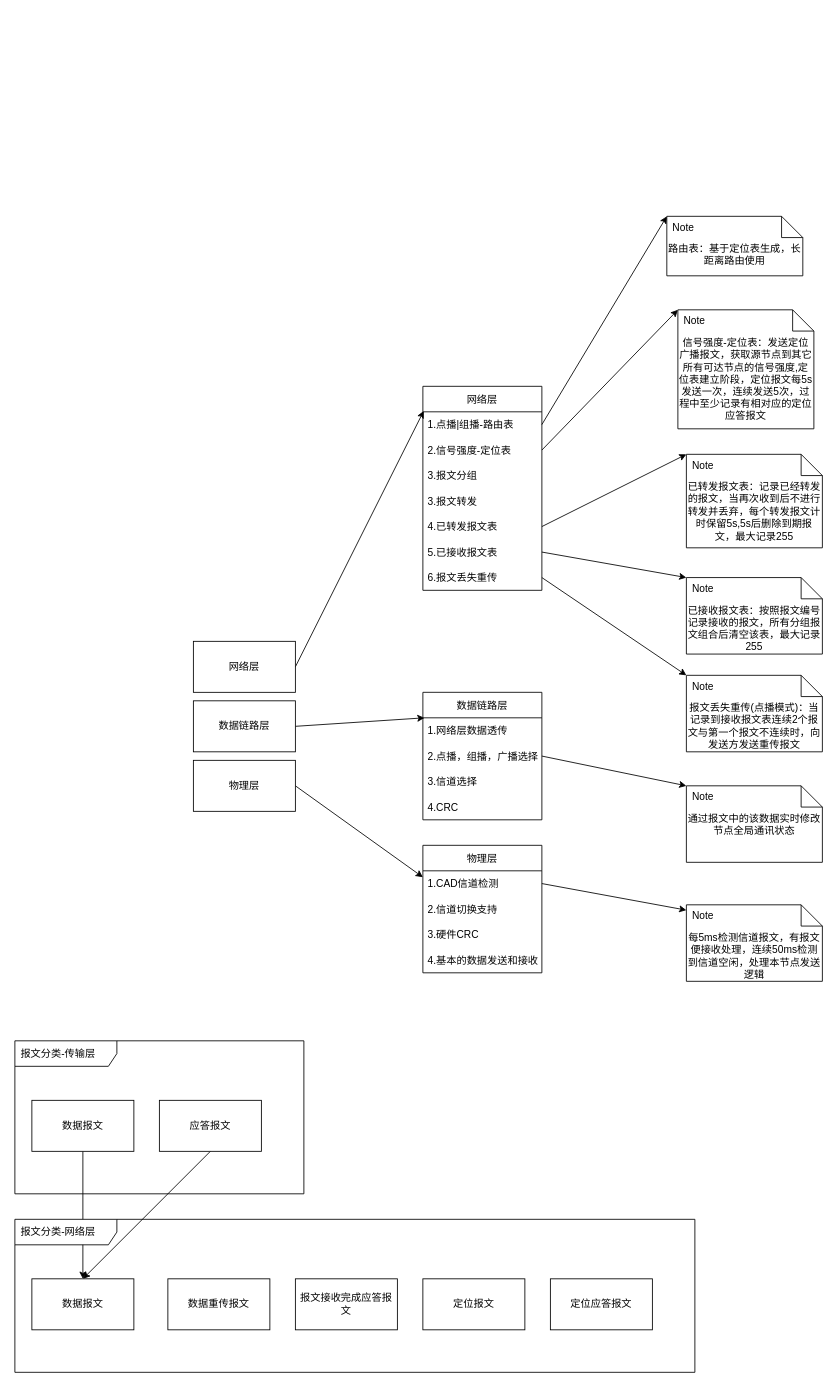
Before: page "通信协议架构" (1 of 5) of Design/design.drawio in HZC-AND/LORA_WLAN, a draw.io diagram. Source tidied: cells renumbered, new cells numbered last; positions are measured from the earlier drawing's top-left corner, leaving out a move shared by most shapes. Both pictures are drawn from the tidied source at 85%, with x=0, y=0 at pixel (14, 216).
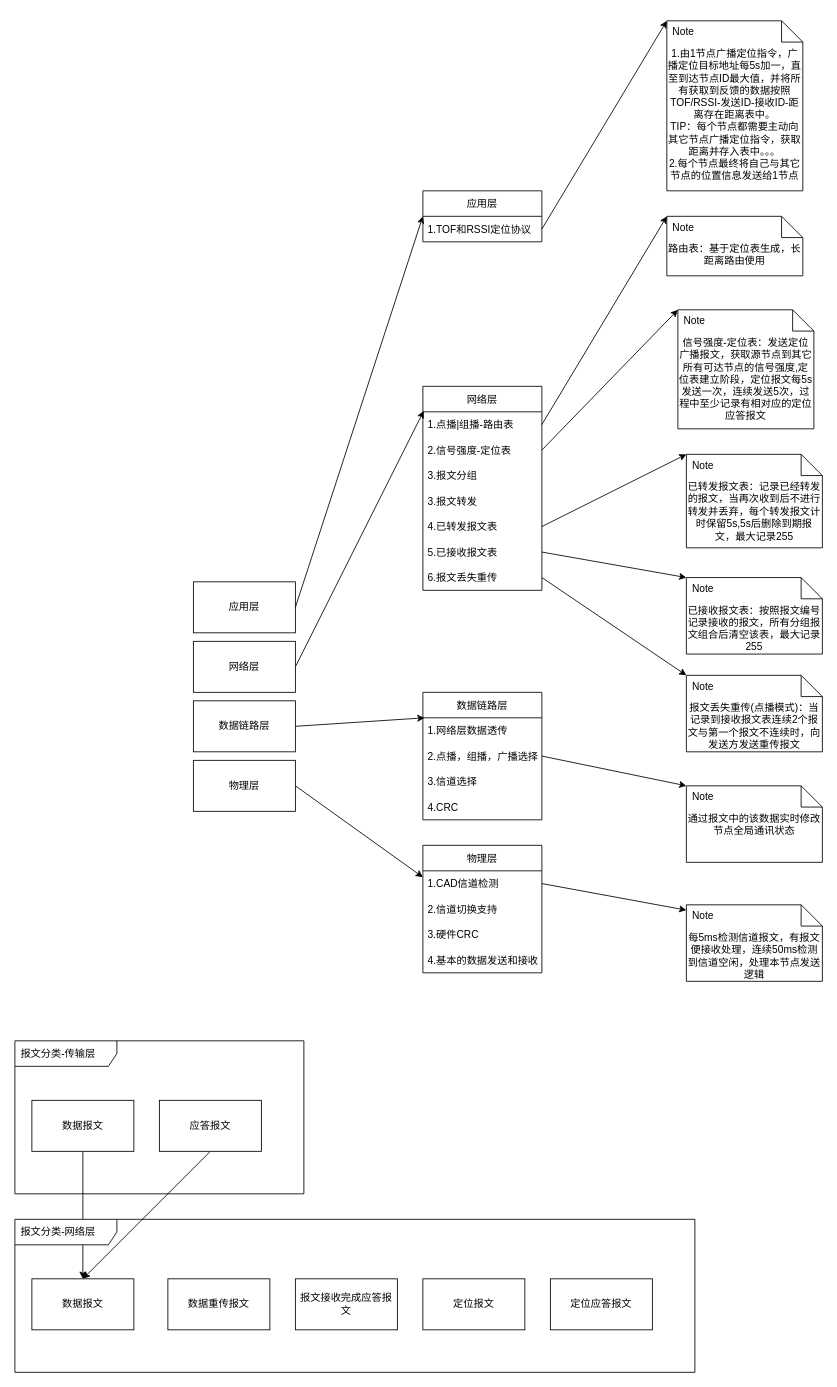
The same diagram, later.

Commit message:
Add Appl description in design

Diff of the diagram source:
```diff
@@
+    <mxCell id="58" value="应用层" style="rounded=0;whiteSpace=wrap;html=1;" parent="1" vertex="1">
+      <mxGeometry x="210" y="430" width="120" height="60" as="geometry" />
+    </mxCell>
+    <mxCell id="59" value="应用层" style="swimlane;fontStyle=0;horizontal=1;startSize=30;" parent="1" vertex="1">
+      <mxGeometry x="480" y="-30" width="140" height="60" as="geometry" />
+    </mxCell>
+    <mxCell id="60" value="1.TOF和RSSI定位协议" style="text;strokeColor=none;fillColor=none;align=left;verticalAlign=middle;spacingLeft=4;spacingRight=4;overflow=hidden;points=[[0,0.5],[1,0.5]];portConstraint=eastwest;" parent="59" vertex="1">
+      <mxGeometry y="30" width="140" height="30" as="geometry" />
+    </mxCell>
+    <mxCell id="61" style="edgeStyle=none;html=1;exitX=1;exitY=0.5;exitDx=0;exitDy=0;entryX=0;entryY=0.5;entryDx=0;entryDy=0;" parent="1" edge="1" source="58" target="59">
+      <mxGeometry relative="1" as="geometry" />
+    </mxCell>
+    <mxCell id="62" value="1.由1节点广播定位指令，广播定位目标地址每5s加一，直至到达节点ID最大值，并将所有获取到反馈的数据按照TOF/RSSI-发送ID-接收ID-距离存在距离表中。&lt;br&gt;TIP：每个节点都需要主动向其它节点广播定位指令，获取距离并存入表中。。。&lt;br&gt;2.每个节点最终将自己与其它节点的位置信息发送给1节点" style="shape=note2;boundedLbl=1;whiteSpace=wrap;html=1;size=25;verticalAlign=top;align=center;" parent="1" vertex="1">
+      <mxGeometry x="767" y="-230" width="160" height="200" as="geometry" />
+    </mxCell>
+    <mxCell id="63" value="Note" style="strokeColor=none;fillColor=none;align=left;spacingLeft=5;" parent="62" vertex="1">
+      <mxGeometry width="160" height="25" relative="1" as="geometry" />
+    </mxCell>
+    <mxCell id="64" style="edgeStyle=none;html=1;exitX=1;exitY=0.5;exitDx=0;exitDy=0;entryX=0;entryY=0;entryDx=0;entryDy=0;" parent="1" edge="1" source="60" target="63">
+      <mxGeometry relative="1" as="geometry" />
+    </mxCell>
```
